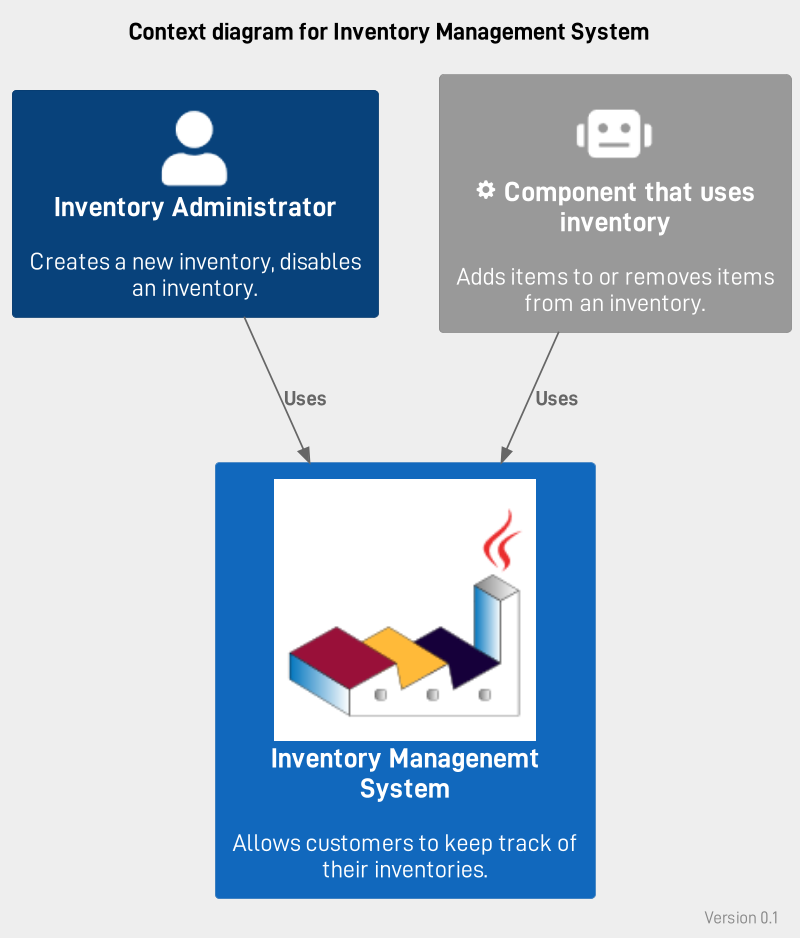
iblazhko/cqrs-fsharp keeps this PlantUML diagram as doc/C4/context.png. Above is the earlier version.
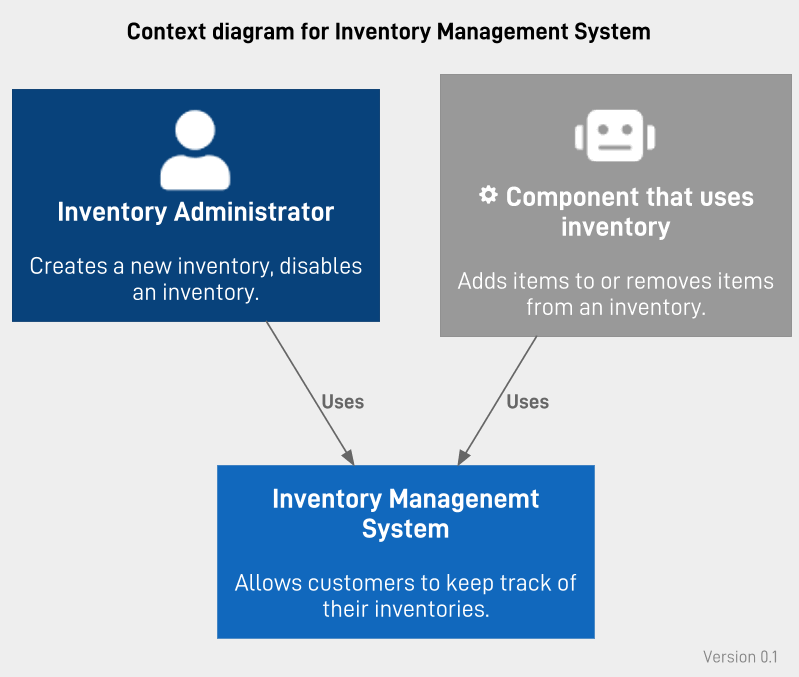
The same file after the commit.

Change to the diagram source:
```diff
@@ -1,6 +1,7 @@
 @startuml Inventory System - Context
 
-!include https://raw.githubusercontent.com/plantuml-stdlib/C4-PlantUML/master/C4_Context.puml
+!include <C4/C4_Context>
+
 skinparam defaultFontName "D-DIN"
 skinparam backgroundColor #EEEEEE
 scale 800 width
@@ -12,7 +13,7 @@
 right footer Version 0.1
 
 Person(admin, "Inventory Administrator", "Creates a new inventory, disables an inventory.")
-System(inventory_system, "Inventory Managenemt System", "Allows customers to keep track of their inventories.", $sprite="img:http://plantuml.com/logo3.png")
+System(inventory_system, "Inventory Managenemt System", "Allows customers to keep track of their inventories.")
 System_Ext(inventory_client, "<&cog> Component that uses inventory", "Adds items to or removes items from an inventory.", $sprite="robot")
 
 Rel(admin, inventory_system, "Uses")
```
